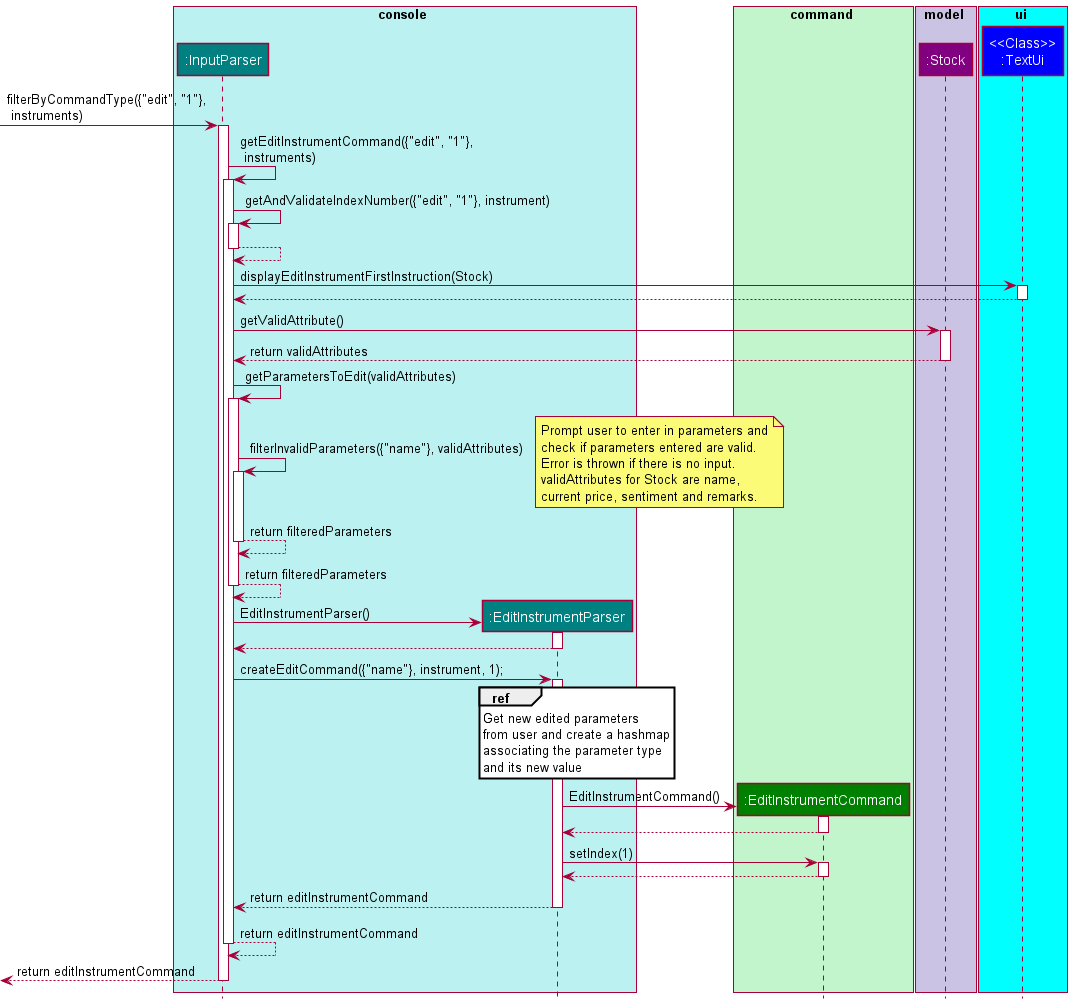
williamlamjy/mTracker keeps this PlantUML diagram as docs/images/EditInstrumentSequenceDiagram.png. Above is the earlier version.
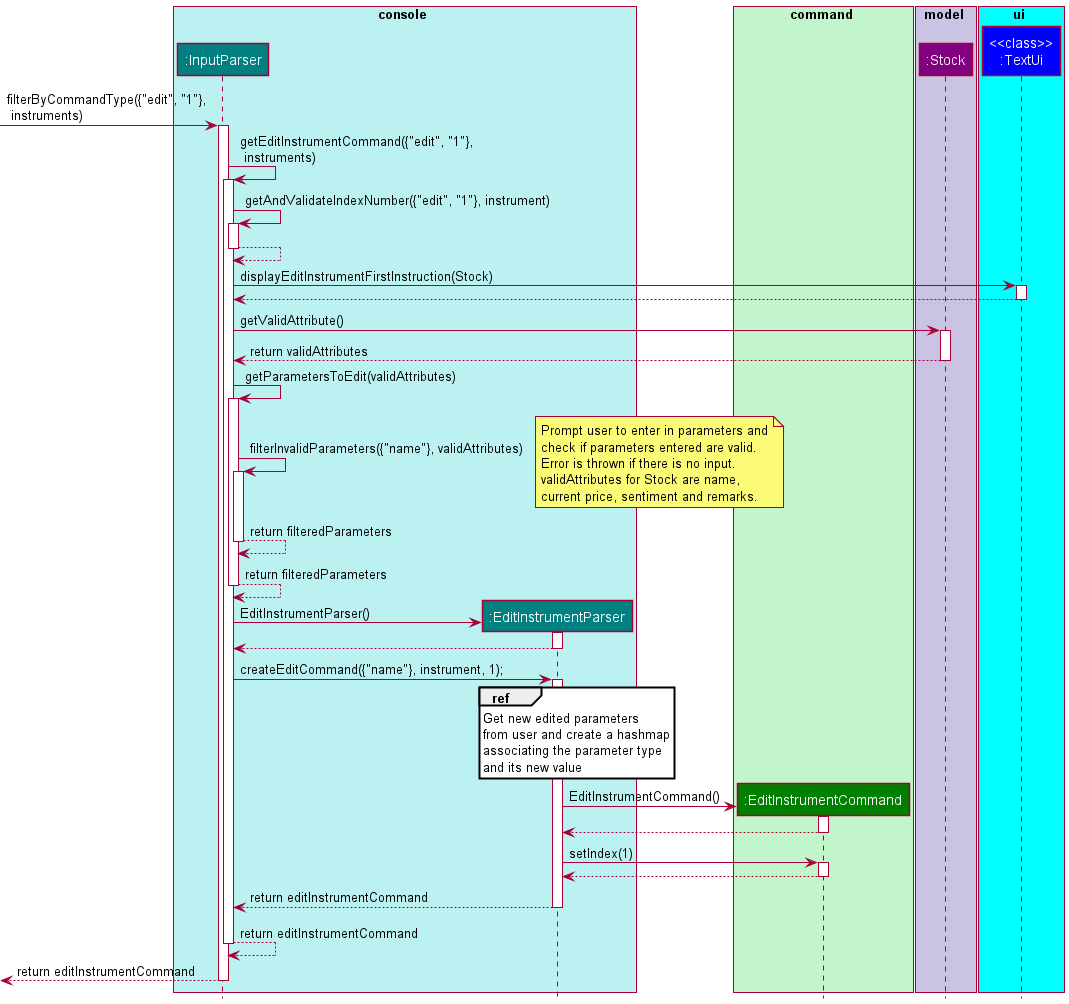
Above is the later version.

Diff of the diagram source:
```diff
@@ -15,7 +15,7 @@
 end box
 
 box ui COLOR_LIGHT_BLUE
-participant "<<Class>>\n:TextUi" as TextUi COLOR_UI
+participant "<<class>>\n:TextUi" as TextUi COLOR_UI
 end box
 
 [-> InputParser : filterByCommandType({"edit", "1"},\n instruments)
```
